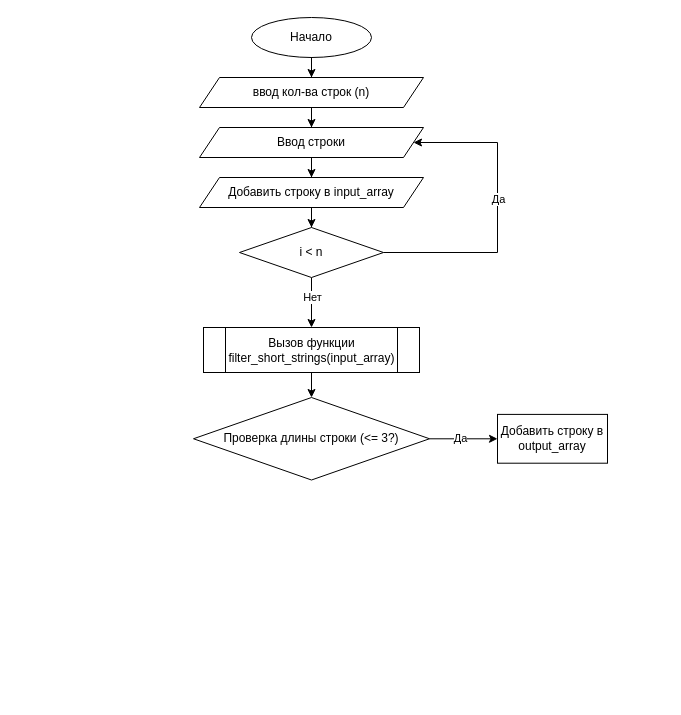
The draw.io diagram Блок-Схема.drawio in SVaMiRU/Final_test_on_the_main_block, before the edit. Source tidied: cells renumbered, new cells numbered last; positions are measured from the earlier drawing's top-left corner, leaving out a move shared by most shapes. Both pictures are drawn from the tidied source at 100%, with x=0, y=0 at pixel (193, 17).
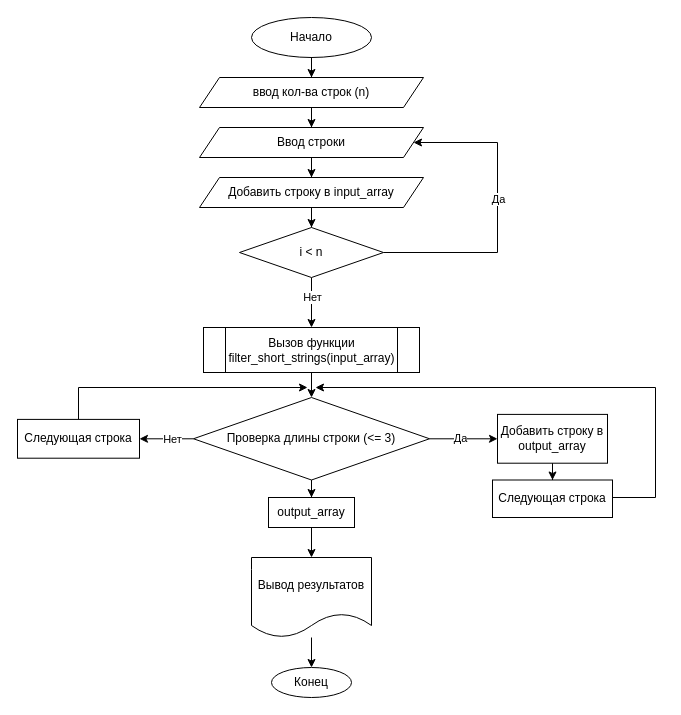
The same diagram, later.

Unchanged cells that the change refers to:
```xml
<mxCell id="23" value="Добавить строку в output_array" style="whiteSpace=wrap;html=1;" parent="1" vertex="1">
  <mxGeometry x="304" y="396.9" width="110" height="48.8" as="geometry" />
</mxCell>
```

Diff of the diagram source:
```diff
@@
+    <mxCell id="24" style="edgeStyle=orthogonalEdgeStyle;rounded=0;jettySize=auto;html=1;" parent="1" edge="1" source="22" target="29">
+      <mxGeometry relative="1" as="geometry" />
+    </mxCell>
+    <mxCell id="25" value="Нет" style="edgeLabel;html=1;align=center;verticalAlign=middle;" parent="24" vertex="1">
+      <mxGeometry x="-0.18" relative="1" as="geometry" />
+    </mxCell>
+    <mxCell id="26" style="edgeStyle=orthogonalEdgeStyle;rounded=0;jettySize=auto;html=1;" parent="1" edge="1" source="22" target="33">
+      <mxGeometry relative="1" as="geometry" />
+    </mxCell>
-    <mxCell id="22" value="Проверка длины строки (&amp;lt;= 3?)" style="rhombus;whiteSpace=wrap;html=1;" parent="1" vertex="1">
+    <mxCell id="22" value="Проверка длины строки (&amp;lt;= 3)" style="rhombus;whiteSpace=wrap;html=1;" parent="1" vertex="1">
       <mxGeometry y="380" width="236" height="82.5" as="geometry" />
     </mxCell>
+    <mxCell id="27" style="edgeStyle=orthogonalEdgeStyle;rounded=0;jettySize=auto;html=1;" parent="1" edge="1" source="23" target="31">
+      <mxGeometry relative="1" as="geometry" />
+    </mxCell>
@@
+    <mxCell id="28" style="edgeStyle=orthogonalEdgeStyle;rounded=0;jettySize=auto;html=1;exitX=0.5;exitY=0;exitDx=0;exitDy=0;" parent="1" edge="1" source="29">
+      <mxGeometry relative="1" as="geometry">
+        <mxPoint x="114" y="370" as="targetPoint" />
+        <Array as="points">
+          <mxPoint x="-115" y="370" />
+        </Array>
+      </mxGeometry>
+    </mxCell>
+    <mxCell id="29" value="Следующая строка" style="whiteSpace=wrap;html=1;" parent="1" vertex="1">
+      <mxGeometry x="-176" y="401.9" width="122" height="38.8" as="geometry" />
+    </mxCell>
+    <mxCell id="30" style="edgeStyle=orthogonalEdgeStyle;rounded=0;orthogonalLoop=1;jettySize=auto;html=1;" parent="1" edge="1">
+      <mxGeometry relative="1" as="geometry">
+        <mxPoint x="417" y="480" as="sourcePoint" />
+        <mxPoint x="122" y="370" as="targetPoint" />
+        <Array as="points">
+          <mxPoint x="462" y="480" />
+        </Array>
+      </mxGeometry>
+    </mxCell>
+    <mxCell id="31" value="Следующая строка" style="whiteSpace=wrap;html=1;" parent="1" vertex="1">
+      <mxGeometry x="299" y="462.5" width="120" height="37.5" as="geometry" />
+    </mxCell>
+    <mxCell id="32" style="edgeStyle=orthogonalEdgeStyle;rounded=0;jettySize=auto;html=1;" parent="1" edge="1" source="33" target="35">
+      <mxGeometry relative="1" as="geometry" />
+    </mxCell>
+    <mxCell id="33" value="output_array" style="whiteSpace=wrap;html=1;" parent="1" vertex="1">
+      <mxGeometry x="75" y="480" width="86" height="30" as="geometry" />
+    </mxCell>
+    <mxCell id="34" style="edgeStyle=orthogonalEdgeStyle;rounded=0;jettySize=auto;html=1;" parent="1" edge="1" source="35" target="36">
+      <mxGeometry relative="1" as="geometry" />
+    </mxCell>
+    <mxCell id="35" value="Вывод результатов" style="shape=document;whiteSpace=wrap;html=1;boundedLbl=1;" parent="1" vertex="1">
+      <mxGeometry x="58" y="540" width="120" height="80" as="geometry" />
+    </mxCell>
+    <mxCell id="36" value="Конец" style="ellipse;whiteSpace=wrap;html=1;" parent="1" vertex="1">
+      <mxGeometry x="78" y="650" width="80" height="30" as="geometry" />
+    </mxCell>
```
